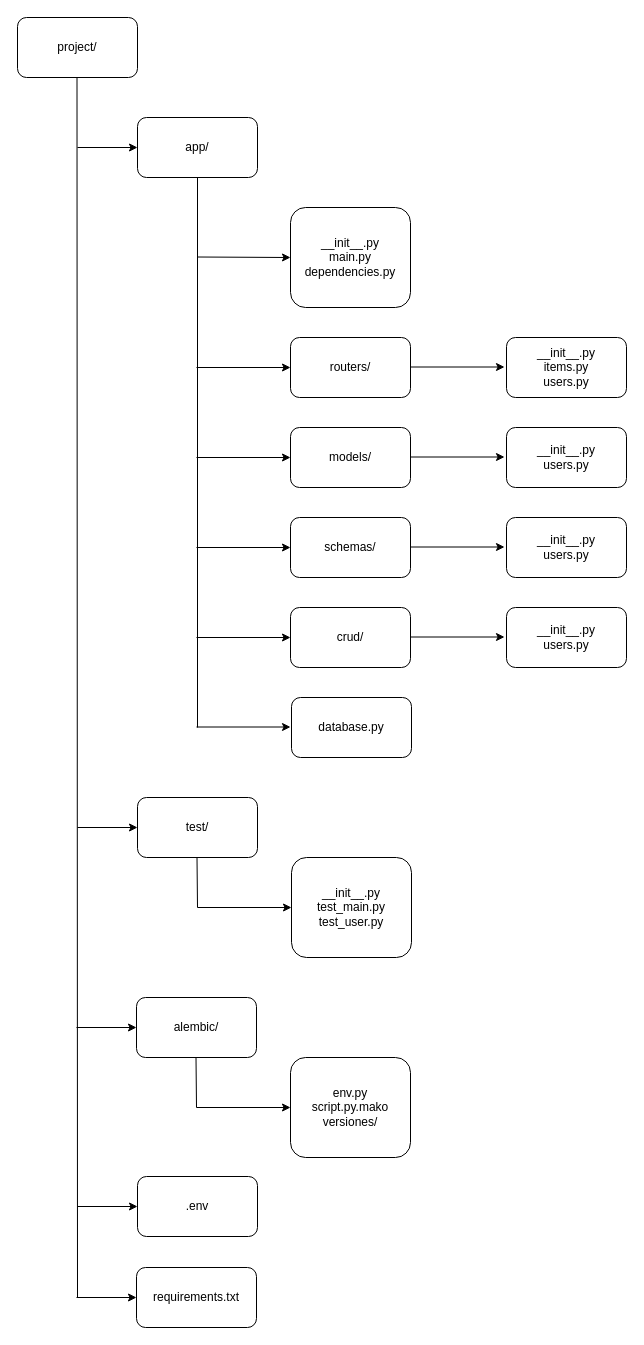
Before: arquitectura/api/apiFastApi.drawio in Zoimback/alejandro.github.io, a draw.io diagram. Source tidied: cells renumbered, new cells numbered last; positions are measured from the earlier drawing's top-left corner, leaving out a move shared by most shapes. Both pictures are drawn from the tidied source at 100%, with x=0, y=0 at pixel (17, 17).
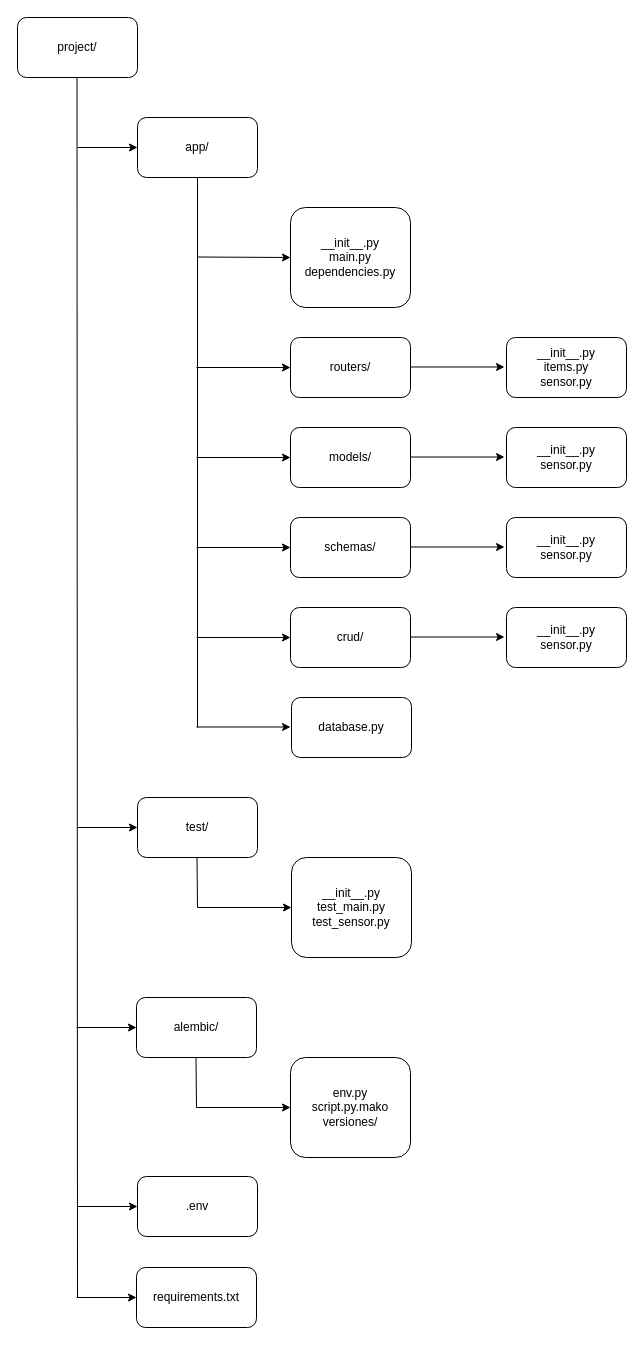
After the change.

Commit message (it also covers changes not shown here):
solucionar errata

Diff of the diagram source:
```diff
@@
-    <mxCell id="9" value="__init__.py&lt;div&gt;items.py&lt;/div&gt;&lt;div&gt;users.py&lt;/div&gt;" style="rounded=1;whiteSpace=wrap;html=1;" parent="1" vertex="1">
+    <mxCell id="9" value="__init__.py&lt;div&gt;items.py&lt;/div&gt;&lt;div&gt;sensor.py&lt;/div&gt;" style="rounded=1;whiteSpace=wrap;html=1;" parent="1" vertex="1">
       <mxGeometry x="489" y="320" width="120" height="60" as="geometry" />
     </mxCell>
@@
-    <mxCell id="13" value="__init__.py&lt;div&gt;users.py&lt;/div&gt;" style="rounded=1;whiteSpace=wrap;html=1;" parent="1" vertex="1">
+    <mxCell id="13" value="__init__.py&lt;br&gt;&lt;div&gt;&lt;span style=&quot;background-color: transparent; color: light-dark(rgb(0, 0, 0), rgb(255, 255, 255));&quot;&gt;sensor&lt;/span&gt;.py&lt;/div&gt;" style="rounded=1;whiteSpace=wrap;html=1;" parent="1" vertex="1">
       <mxGeometry x="489" y="410" width="120" height="60" as="geometry" />
     </mxCell>
@@
-    <mxCell id="17" value="__init__.py&lt;div&gt;users.py&lt;/div&gt;" style="rounded=1;whiteSpace=wrap;html=1;" parent="1" vertex="1">
+    <mxCell id="17" value="__init__.py&lt;br&gt;&lt;div&gt;&lt;span style=&quot;background-color: transparent; color: light-dark(rgb(0, 0, 0), rgb(255, 255, 255));&quot;&gt;sensor&lt;/span&gt;.py&lt;/div&gt;" style="rounded=1;whiteSpace=wrap;html=1;" parent="1" vertex="1">
       <mxGeometry x="489" y="500" width="120" height="60" as="geometry" />
     </mxCell>
@@
-    <mxCell id="21" value="__init__.py&lt;div&gt;users.py&lt;/div&gt;" style="rounded=1;whiteSpace=wrap;html=1;" parent="1" vertex="1">
+    <mxCell id="21" value="__init__.py&lt;br&gt;&lt;div&gt;&lt;span style=&quot;background-color: transparent; color: light-dark(rgb(0, 0, 0), rgb(255, 255, 255));&quot;&gt;sensor&lt;/span&gt;.py&lt;/div&gt;" style="rounded=1;whiteSpace=wrap;html=1;" parent="1" vertex="1">
       <mxGeometry x="489" y="590" width="120" height="60" as="geometry" />
     </mxCell>
@@
-    <mxCell id="31" value="__init__.py&lt;div&gt;test_main.py&lt;/div&gt;&lt;div&gt;test_user.py&lt;/div&gt;" style="rounded=1;whiteSpace=wrap;html=1;" parent="1" vertex="1">
+    <mxCell id="31" value="__init__.py&lt;div&gt;test_main.py&lt;/div&gt;&lt;div&gt;test_sensor.py&lt;/div&gt;" style="rounded=1;whiteSpace=wrap;html=1;" parent="1" vertex="1">
       <mxGeometry x="274" y="840" width="120" height="100" as="geometry" />
     </mxCell>
```
